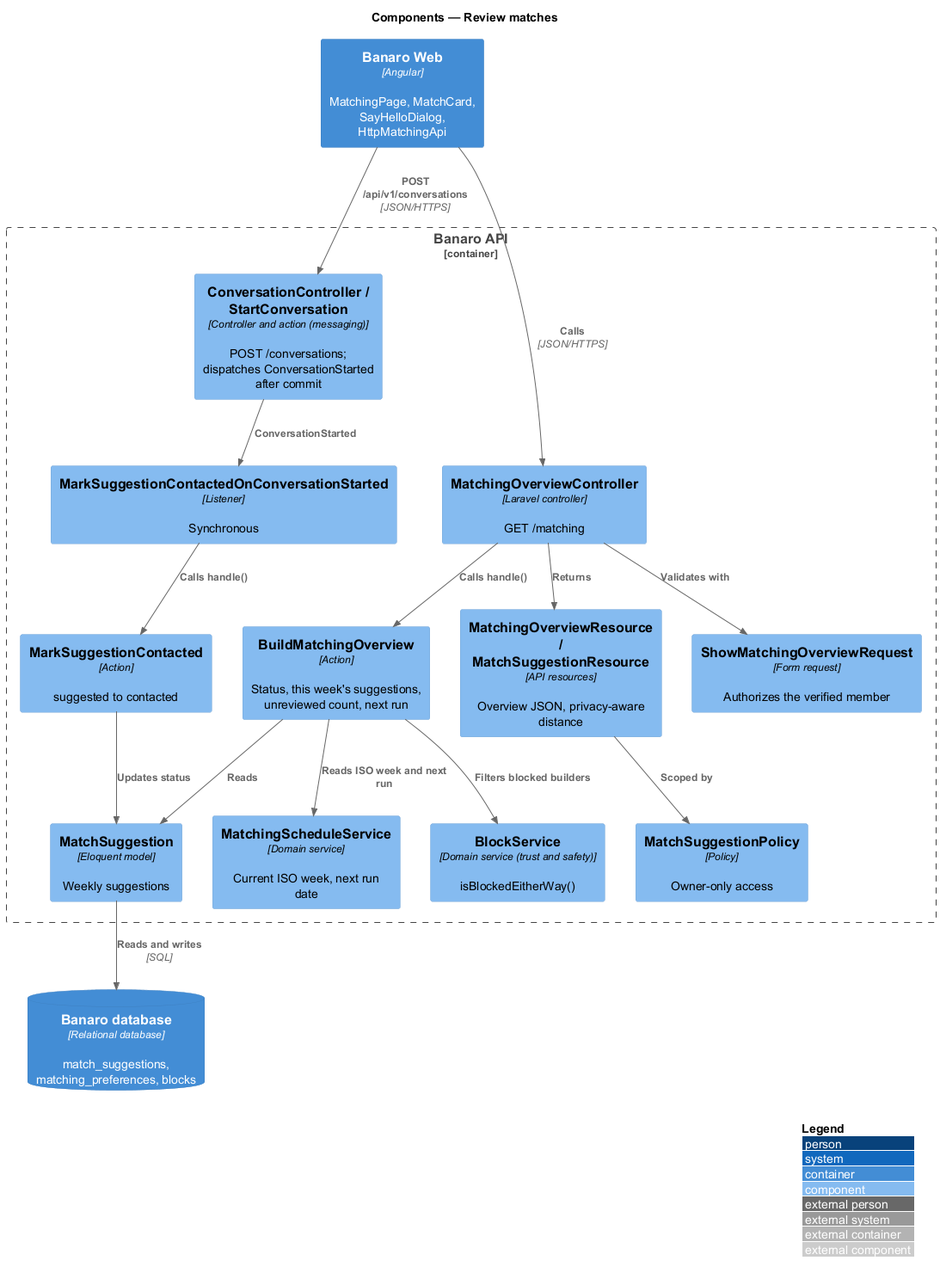
Earlier version of the PlantUML export docs/detailed-designs/matching/review-matches/diagrams/c4-component.png (QuinntyneBrown/banaro). Its diagram source:
```plantuml
@startuml
!include <C4/C4_Component>
LAYOUT_WITH_LEGEND()
title Components — Review matches

Container(web, "Banaro Web", "Angular", "MatchingPage, MatchCard, SayHelloDialog, HttpMatchingApi")
ContainerDb(db, "Banaro database", "Relational database", "match_suggestions, matching_preferences, blocks")

Container_Boundary(api, "Banaro API") {
  Component(ctrl, "MatchingOverviewController", "Laravel controller", "GET /matching")
  Component(req, "ShowMatchingOverviewRequest", "Form request", "Authorizes the verified member")
  Component(build, "BuildMatchingOverview", "Action", "Status, this week's suggestions, unreviewed count, next run")
  Component(cal, "MatchingScheduleService", "Domain service", "Current ISO week, next run date")
  Component(block, "BlockService", "Domain service (trust and safety)", "isBlockedEitherWay()")
  Component(resource, "MatchingOverviewResource / MatchSuggestionResource", "API resources", "Overview JSON, privacy-aware distance")
  Component(policy, "MatchSuggestionPolicy", "Policy", "Owner-only access")
  Component(sayhello, "ConversationController / StartConversation", "Controller and action (messaging)", "POST /conversations; dispatches ConversationStarted after commit")
  Component(listener, "MarkSuggestionContactedOnConversationStarted", "Listener", "Synchronous")
  Component(mark, "MarkSuggestionContacted", "Action", "suggested to contacted")
  Component(model, "MatchSuggestion", "Eloquent model", "Weekly suggestions")
}

Rel(web, ctrl, "Calls", "JSON/HTTPS")
Rel(web, sayhello, "POST /api/v1/conversations", "JSON/HTTPS")
Rel(ctrl, req, "Validates with")
Rel(ctrl, build, "Calls handle()")
Rel(ctrl, resource, "Returns")
Rel(build, cal, "Reads ISO week and next run")
Rel(build, block, "Filters blocked builders")
Rel(build, model, "Reads")
Rel(resource, policy, "Scoped by")
Rel(sayhello, listener, "ConversationStarted")
Rel(listener, mark, "Calls handle()")
Rel(mark, model, "Updates status")
Rel(model, db, "Reads and writes", "SQL")
@enduml
```
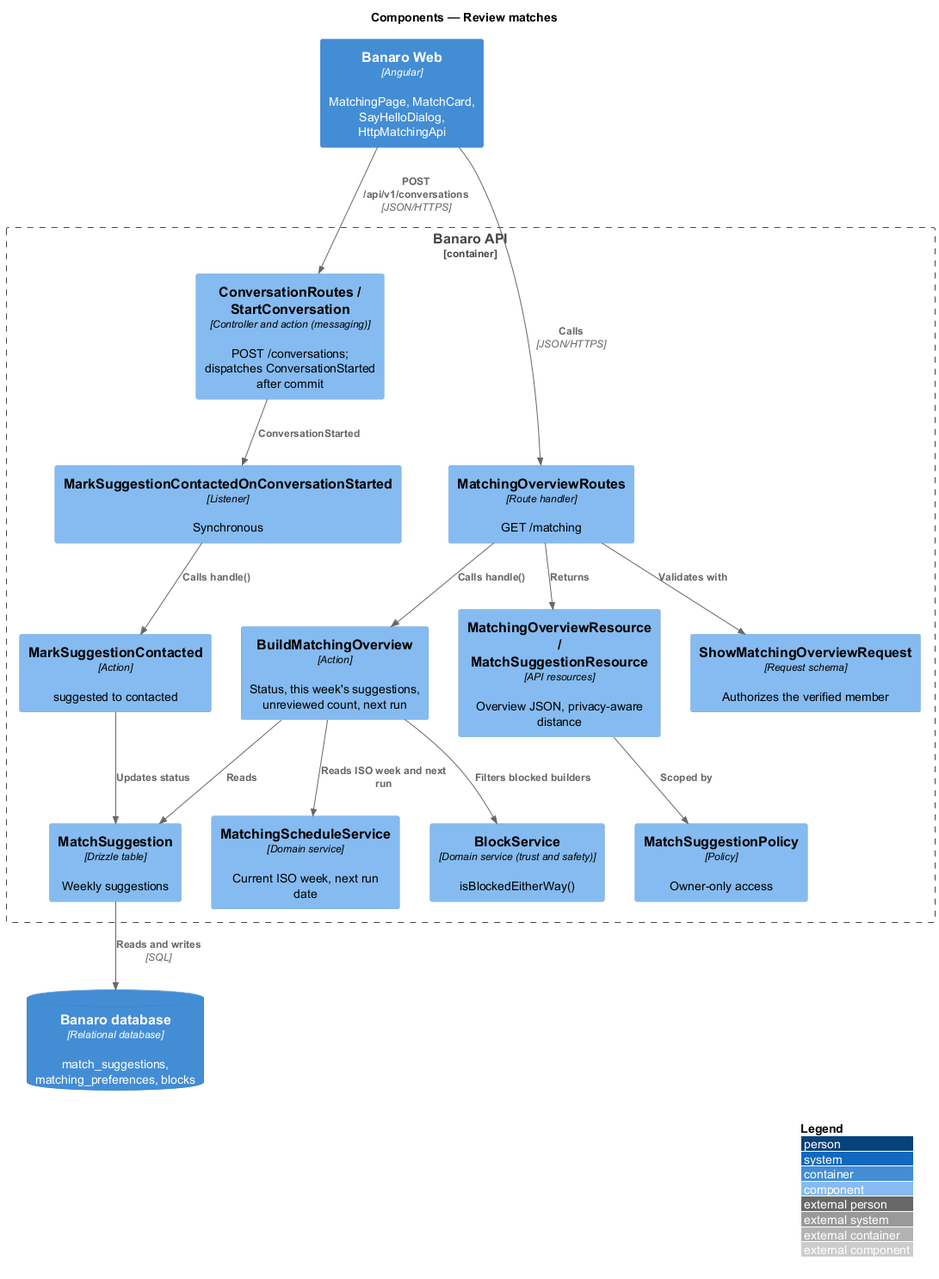
The same diagram one commit later.

Change to the diagram source:
```diff
@@ -7,17 +7,17 @@
 ContainerDb(db, "Banaro database", "Relational database", "match_suggestions, matching_preferences, blocks")
 
 Container_Boundary(api, "Banaro API") {
-  Component(ctrl, "MatchingOverviewController", "Laravel controller", "GET /matching")
-  Component(req, "ShowMatchingOverviewRequest", "Form request", "Authorizes the verified member")
+  Component(ctrl, "MatchingOverviewRoutes", "Route handler", "GET /matching")
+  Component(req, "ShowMatchingOverviewRequest", "Request schema", "Authorizes the verified member")
   Component(build, "BuildMatchingOverview", "Action", "Status, this week's suggestions, unreviewed count, next run")
   Component(cal, "MatchingScheduleService", "Domain service", "Current ISO week, next run date")
   Component(block, "BlockService", "Domain service (trust and safety)", "isBlockedEitherWay()")
   Component(resource, "MatchingOverviewResource / MatchSuggestionResource", "API resources", "Overview JSON, privacy-aware distance")
   Component(policy, "MatchSuggestionPolicy", "Policy", "Owner-only access")
-  Component(sayhello, "ConversationController / StartConversation", "Controller and action (messaging)", "POST /conversations; dispatches ConversationStarted after commit")
+  Component(sayhello, "ConversationRoutes / StartConversation", "Controller and action (messaging)", "POST /conversations; dispatches ConversationStarted after commit")
   Component(listener, "MarkSuggestionContactedOnConversationStarted", "Listener", "Synchronous")
   Component(mark, "MarkSuggestionContacted", "Action", "suggested to contacted")
-  Component(model, "MatchSuggestion", "Eloquent model", "Weekly suggestions")
+  Component(model, "MatchSuggestion", "Drizzle table", "Weekly suggestions")
 }
 
 Rel(web, ctrl, "Calls", "JSON/HTTPS")
```
